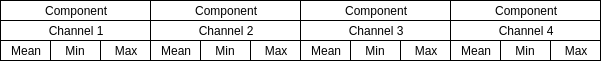
Earlier version of the draw.io export report/images/structure.png (TheDuckGoesQuark/mlclassification). Source tidied: cells renumbered, new cells last; positions are measured from the earlier drawing's top-left corner, leaving out a move shared by most shapes. The source it was exported from:
```xml
<mxGraphModel>
  <root>
    <mxCell id="0" />
    <mxCell id="1" parent="0" />
    <mxCell id="2" value="Mean" style="rounded=0;whiteSpace=wrap;html=1;" parent="1" vertex="1">
      <mxGeometry y="40" width="50" height="20" as="geometry" />
    </mxCell>
    <mxCell id="3" value="Min" style="rounded=0;whiteSpace=wrap;html=1;" parent="1" vertex="1">
      <mxGeometry x="50" y="40" width="50" height="20" as="geometry" />
    </mxCell>
    <mxCell id="4" value="Max" style="rounded=0;whiteSpace=wrap;html=1;" parent="1" vertex="1">
      <mxGeometry x="100" y="40" width="50" height="20" as="geometry" />
    </mxCell>
    <mxCell id="5" value="Channel 1" style="rounded=0;whiteSpace=wrap;html=1;" parent="1" vertex="1">
      <mxGeometry y="20" width="150" height="20" as="geometry" />
    </mxCell>
    <mxCell id="6" value="Component" style="rounded=0;whiteSpace=wrap;html=1;" parent="1" vertex="1">
      <mxGeometry width="150" height="20" as="geometry" />
    </mxCell>
    <mxCell id="7" value="Mean" style="rounded=0;whiteSpace=wrap;html=1;" parent="1" vertex="1">
      <mxGeometry x="150" y="40" width="50" height="20" as="geometry" />
    </mxCell>
    <mxCell id="8" value="Min" style="rounded=0;whiteSpace=wrap;html=1;" parent="1" vertex="1">
      <mxGeometry x="200" y="40" width="50" height="20" as="geometry" />
    </mxCell>
    <mxCell id="9" value="Max" style="rounded=0;whiteSpace=wrap;html=1;" parent="1" vertex="1">
      <mxGeometry x="250" y="40" width="50" height="20" as="geometry" />
    </mxCell>
    <mxCell id="10" value="Channel 2" style="rounded=0;whiteSpace=wrap;html=1;" parent="1" vertex="1">
      <mxGeometry x="150" y="20" width="150" height="20" as="geometry" />
    </mxCell>
    <mxCell id="11" value="Component" style="rounded=0;whiteSpace=wrap;html=1;" parent="1" vertex="1">
      <mxGeometry x="150" width="150" height="20" as="geometry" />
    </mxCell>
    <mxCell id="12" value="Mean" style="rounded=0;whiteSpace=wrap;html=1;" parent="1" vertex="1">
      <mxGeometry x="300" y="40" width="50" height="20" as="geometry" />
    </mxCell>
    <mxCell id="13" value="Min" style="rounded=0;whiteSpace=wrap;html=1;" parent="1" vertex="1">
      <mxGeometry x="350" y="40" width="50" height="20" as="geometry" />
    </mxCell>
    <mxCell id="14" value="Max" style="rounded=0;whiteSpace=wrap;html=1;" parent="1" vertex="1">
      <mxGeometry x="400" y="40" width="50" height="20" as="geometry" />
    </mxCell>
    <mxCell id="15" value="Channel 3" style="rounded=0;whiteSpace=wrap;html=1;" parent="1" vertex="1">
      <mxGeometry x="300" y="20" width="150" height="20" as="geometry" />
    </mxCell>
    <mxCell id="16" value="Component" style="rounded=0;whiteSpace=wrap;html=1;" parent="1" vertex="1">
      <mxGeometry x="300" width="150" height="20" as="geometry" />
    </mxCell>
    <mxCell id="17" value="Mean" style="rounded=0;whiteSpace=wrap;html=1;" parent="1" vertex="1">
      <mxGeometry x="450" y="40" width="50" height="20" as="geometry" />
    </mxCell>
    <mxCell id="18" value="Min" style="rounded=0;whiteSpace=wrap;html=1;" parent="1" vertex="1">
      <mxGeometry x="500" y="40" width="50" height="20" as="geometry" />
    </mxCell>
    <mxCell id="19" value="Max" style="rounded=0;whiteSpace=wrap;html=1;" parent="1" vertex="1">
      <mxGeometry x="550" y="40" width="50" height="20" as="geometry" />
    </mxCell>
    <mxCell id="20" value="Channel 4" style="rounded=0;whiteSpace=wrap;html=1;" parent="1" vertex="1">
      <mxGeometry x="450" y="20" width="150" height="20" as="geometry" />
    </mxCell>
    <mxCell id="21" value="Component" style="rounded=0;whiteSpace=wrap;html=1;" parent="1" vertex="1">
      <mxGeometry x="450" width="150" height="20" as="geometry" />
    </mxCell>
  </root>
</mxGraphModel>
```
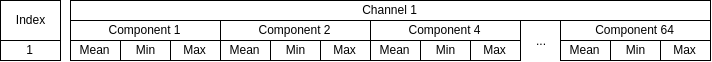
Above is the later version.

Diff of the diagram source:
```diff
@@ -2,65 +2,65 @@
   <root>
     <mxCell id="0" />
     <mxCell id="1" parent="0" />
-    <mxCell id="2" value="Mean" style="rounded=0;whiteSpace=wrap;html=1;" parent="1" vertex="1">
-      <mxGeometry y="40" width="50" height="20" as="geometry" />
+    <mxCell id="2" value="Mean" style="rounded=0;whiteSpace=wrap;html=1;align=center;verticalAlign=middle;" parent="1" vertex="1">
+      <mxGeometry y="60" width="50" height="20" as="geometry" />
     </mxCell>
-    <mxCell id="3" value="Min" style="rounded=0;whiteSpace=wrap;html=1;" parent="1" vertex="1">
-      <mxGeometry x="50" y="40" width="50" height="20" as="geometry" />
+    <mxCell id="3" value="Min" style="rounded=0;whiteSpace=wrap;html=1;align=center;verticalAlign=middle;" parent="1" vertex="1">
+      <mxGeometry x="50" y="60" width="50" height="20" as="geometry" />
     </mxCell>
-    <mxCell id="4" value="Max" style="rounded=0;whiteSpace=wrap;html=1;" parent="1" vertex="1">
-      <mxGeometry x="100" y="40" width="50" height="20" as="geometry" />
+    <mxCell id="4" value="Max" style="rounded=0;whiteSpace=wrap;html=1;align=center;verticalAlign=middle;" parent="1" vertex="1">
+      <mxGeometry x="100" y="60" width="50" height="20" as="geometry" />
     </mxCell>
-    <mxCell id="5" value="Channel 1" style="rounded=0;whiteSpace=wrap;html=1;" parent="1" vertex="1">
-      <mxGeometry y="20" width="150" height="20" as="geometry" />
+    <mxCell id="5" value="Component 1" style="rounded=0;whiteSpace=wrap;html=1;align=center;verticalAlign=middle;" parent="1" vertex="1">
+      <mxGeometry y="40" width="150" height="20" as="geometry" />
     </mxCell>
-    <mxCell id="6" value="Component" style="rounded=0;whiteSpace=wrap;html=1;" parent="1" vertex="1">
-      <mxGeometry width="150" height="20" as="geometry" />
+    <mxCell id="6" value="Channel 1" style="rounded=0;whiteSpace=wrap;html=1;align=center;verticalAlign=middle;" parent="1" vertex="1">
+      <mxGeometry y="20" width="640" height="20" as="geometry" />
     </mxCell>
-    <mxCell id="7" value="Mean" style="rounded=0;whiteSpace=wrap;html=1;" parent="1" vertex="1">
-      <mxGeometry x="150" y="40" width="50" height="20" as="geometry" />
+    <mxCell id="7" value="Mean" style="rounded=0;whiteSpace=wrap;html=1;align=center;verticalAlign=middle;" parent="1" vertex="1">
+      <mxGeometry x="150" y="60" width="50" height="20" as="geometry" />
     </mxCell>
-    <mxCell id="8" value="Min" style="rounded=0;whiteSpace=wrap;html=1;" parent="1" vertex="1">
-      <mxGeometry x="200" y="40" width="50" height="20" as="geometry" />
+    <mxCell id="8" value="Min" style="rounded=0;whiteSpace=wrap;html=1;align=center;verticalAlign=middle;" parent="1" vertex="1">
+      <mxGeometry x="200" y="60" width="50" height="20" as="geometry" />
     </mxCell>
-    <mxCell id="9" value="Max" style="rounded=0;whiteSpace=wrap;html=1;" parent="1" vertex="1">
-      <mxGeometry x="250" y="40" width="50" height="20" as="geometry" />
+    <mxCell id="9" value="Max" style="rounded=0;whiteSpace=wrap;html=1;align=center;verticalAlign=middle;" parent="1" vertex="1">
+      <mxGeometry x="250" y="60" width="50" height="20" as="geometry" />
     </mxCell>
-    <mxCell id="10" value="Channel 2" style="rounded=0;whiteSpace=wrap;html=1;" parent="1" vertex="1">
-      <mxGeometry x="150" y="20" width="150" height="20" as="geometry" />
+    <mxCell id="10" value="Component 2" style="rounded=0;whiteSpace=wrap;html=1;align=center;verticalAlign=middle;" parent="1" vertex="1">
+      <mxGeometry x="150" y="40" width="150" height="20" as="geometry" />
     </mxCell>
-    <mxCell id="11" value="Component" style="rounded=0;whiteSpace=wrap;html=1;" parent="1" vertex="1">
-      <mxGeometry x="150" width="150" height="20" as="geometry" />
+    <mxCell id="11" value="Mean" style="rounded=0;whiteSpace=wrap;html=1;align=center;verticalAlign=middle;" parent="1" vertex="1">
+      <mxGeometry x="300" y="60" width="50" height="20" as="geometry" />
     </mxCell>
-    <mxCell id="12" value="Mean" style="rounded=0;whiteSpace=wrap;html=1;" parent="1" vertex="1">
-      <mxGeometry x="300" y="40" width="50" height="20" as="geometry" />
+    <mxCell id="12" value="Min" style="rounded=0;whiteSpace=wrap;html=1;align=center;verticalAlign=middle;" parent="1" vertex="1">
+      <mxGeometry x="350" y="60" width="50" height="20" as="geometry" />
     </mxCell>
-    <mxCell id="13" value="Min" style="rounded=0;whiteSpace=wrap;html=1;" parent="1" vertex="1">
-      <mxGeometry x="350" y="40" width="50" height="20" as="geometry" />
+    <mxCell id="13" value="Max" style="rounded=0;whiteSpace=wrap;html=1;align=center;verticalAlign=middle;" parent="1" vertex="1">
+      <mxGeometry x="400" y="60" width="50" height="20" as="geometry" />
     </mxCell>
-    <mxCell id="14" value="Max" style="rounded=0;whiteSpace=wrap;html=1;" parent="1" vertex="1">
-      <mxGeometry x="400" y="40" width="50" height="20" as="geometry" />
+    <mxCell id="14" value="Component 4" style="rounded=0;whiteSpace=wrap;html=1;align=center;verticalAlign=middle;" parent="1" vertex="1">
+      <mxGeometry x="300" y="40" width="150" height="20" as="geometry" />
     </mxCell>
-    <mxCell id="15" value="Channel 3" style="rounded=0;whiteSpace=wrap;html=1;" parent="1" vertex="1">
-      <mxGeometry x="300" y="20" width="150" height="20" as="geometry" />
+    <mxCell id="15" value="Mean" style="rounded=0;whiteSpace=wrap;html=1;align=center;verticalAlign=middle;" parent="1" vertex="1">
+      <mxGeometry x="490" y="60" width="50" height="20" as="geometry" />
     </mxCell>
-    <mxCell id="16" value="Component" style="rounded=0;whiteSpace=wrap;html=1;" parent="1" vertex="1">
-      <mxGeometry x="300" width="150" height="20" as="geometry" />
+    <mxCell id="16" value="Min" style="rounded=0;whiteSpace=wrap;html=1;align=center;verticalAlign=middle;" parent="1" vertex="1">
+      <mxGeometry x="540" y="60" width="50" height="20" as="geometry" />
     </mxCell>
-    <mxCell id="17" value="Mean" style="rounded=0;whiteSpace=wrap;html=1;" parent="1" vertex="1">
-      <mxGeometry x="450" y="40" width="50" height="20" as="geometry" />
+    <mxCell id="17" value="Max" style="rounded=0;whiteSpace=wrap;html=1;align=center;verticalAlign=middle;" parent="1" vertex="1">
+      <mxGeometry x="590" y="60" width="50" height="20" as="geometry" />
     </mxCell>
-    <mxCell id="18" value="Min" style="rounded=0;whiteSpace=wrap;html=1;" parent="1" vertex="1">
-      <mxGeometry x="500" y="40" width="50" height="20" as="geometry" />
+    <mxCell id="18" value="Component 64" style="rounded=0;whiteSpace=wrap;html=1;align=center;verticalAlign=middle;" parent="1" vertex="1">
+      <mxGeometry x="490" y="40" width="150" height="20" as="geometry" />
     </mxCell>
-    <mxCell id="19" value="Max" style="rounded=0;whiteSpace=wrap;html=1;" parent="1" vertex="1">
-      <mxGeometry x="550" y="40" width="50" height="20" as="geometry" />
+    <mxCell id="19" value="..." style="text;html=1;strokeColor=none;fillColor=none;align=center;verticalAlign=middle;whiteSpace=wrap;rounded=0;" parent="1" vertex="1">
+      <mxGeometry x="450" y="50" width="40" height="20" as="geometry" />
     </mxCell>
-    <mxCell id="20" value="Channel 4" style="rounded=0;whiteSpace=wrap;html=1;" parent="1" vertex="1">
-      <mxGeometry x="450" y="20" width="150" height="20" as="geometry" />
+    <mxCell id="20" value="1" style="rounded=0;whiteSpace=wrap;html=1;align=center;verticalAlign=middle;" parent="1" vertex="1">
+      <mxGeometry x="-70" y="60" width="60" height="20" as="geometry" />
     </mxCell>
-    <mxCell id="21" value="Component" style="rounded=0;whiteSpace=wrap;html=1;" parent="1" vertex="1">
-      <mxGeometry x="450" width="150" height="20" as="geometry" />
+    <mxCell id="21" value="Index" style="rounded=0;whiteSpace=wrap;html=1;align=center;verticalAlign=middle;" parent="1" vertex="1">
+      <mxGeometry x="-70" y="20" width="60" height="40" as="geometry" />
     </mxCell>
   </root>
 </mxGraphModel>
```
